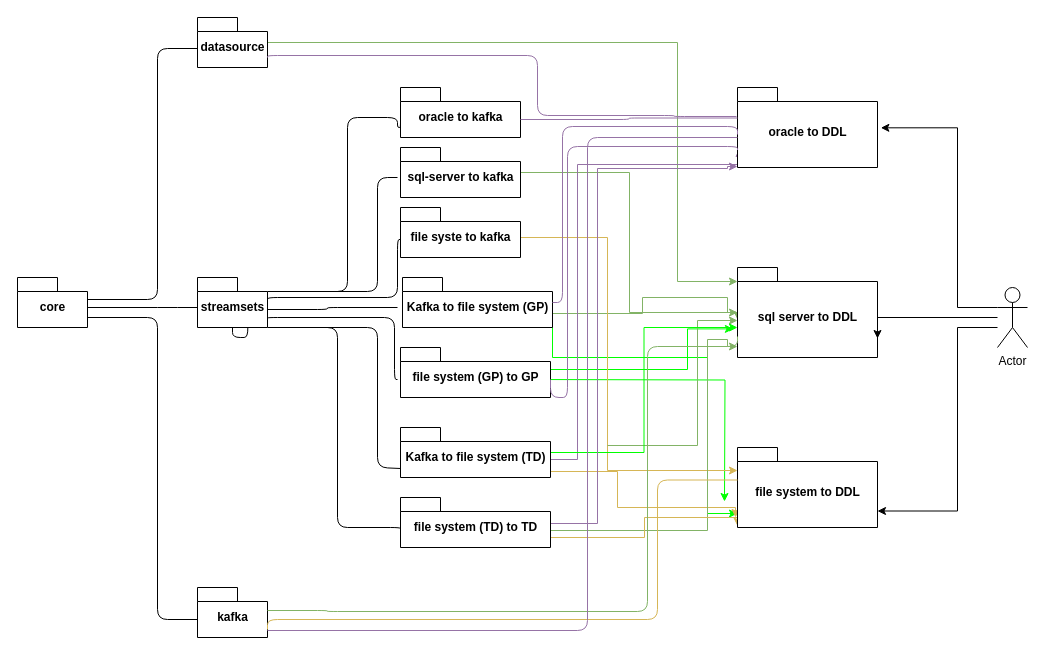
Earlier version of the draw.io diagram Untitled Diagram.drawio (skmadhav/diagram). Source tidied: cells renumbered, new cells numbered last; positions are measured from the earlier drawing's top-left corner, leaving out a move shared by most shapes. Both pictures are drawn from the tidied source at 100%, with x=0, y=0 at pixel (17, 17).
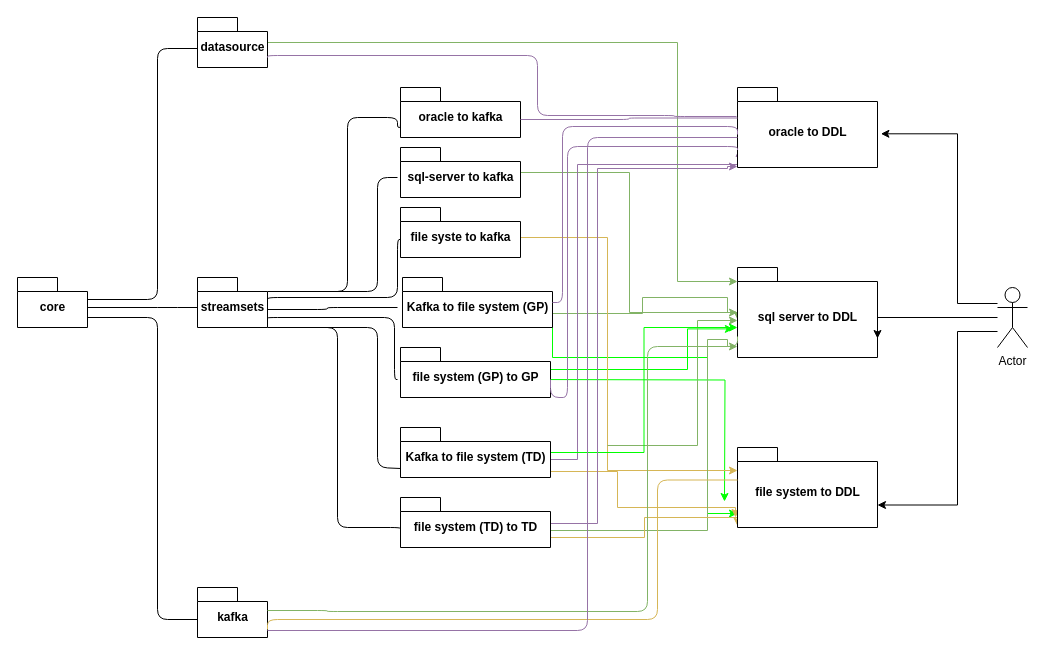
After the change.

Unchanged cells that the change refers to:
```xml
<mxCell id="36" value="oracle to DDL" style="shape=folder;fontStyle=1;spacingTop=10;tabWidth=40;tabHeight=14;tabPosition=left;html=1;" parent="1" vertex="1">
  <mxGeometry x="720" y="70" width="140" height="80" as="geometry" />
</mxCell>
<mxCell id="38" value="file system to DDL" style="shape=folder;fontStyle=1;spacingTop=10;tabWidth=40;tabHeight=14;tabPosition=left;html=1;" parent="1" vertex="1">
  <mxGeometry x="720" y="430" width="140" height="80" as="geometry" />
</mxCell>
<mxCell id="46" value="streamsets" style="shape=folder;fontStyle=1;spacingTop=10;tabWidth=40;tabHeight=14;tabPosition=left;html=1;" parent="1" vertex="1">
  <mxGeometry x="180" y="260" width="70" height="50" as="geometry" />
</mxCell>
<mxCell id="51" value="Actor" style="shape=umlActor;verticalLabelPosition=bottom;verticalAlign=top;html=1;" parent="1" vertex="1">
  <mxGeometry x="980" y="270" width="30" height="60" as="geometry" />
</mxCell>
```

Diff of the diagram source:
```diff
@@
-    <mxCell id="26" style="endArrow=none;html=1;edgeStyle=orthogonalEdgeStyle;" parent="1" edge="1" source="46">
-      <mxGeometry relative="1" as="geometry">
-        <mxPoint x="230" y="290" as="targetPoint" />
-      </mxGeometry>
-    </mxCell>
@@
-    <mxCell id="48" style="edgeStyle=orthogonalEdgeStyle;rounded=0;jettySize=auto;html=1;entryX=1.024;entryY=0.504;entryDx=0;entryDy=0;entryPerimeter=0;" parent="1" edge="1" source="51" target="36">
+    <mxCell id="48" style="edgeStyle=orthogonalEdgeStyle;rounded=0;orthogonalLoop=1;jettySize=auto;html=1;entryX=1.024;entryY=0.504;entryDx=0;entryDy=0;entryPerimeter=0;" parent="1" edge="1">
       <mxGeometry relative="1" as="geometry">
+        <mxPoint x="980" y="286" as="sourcePoint" />
+        <mxPoint x="863.4" y="116.3" as="targetPoint" />
         <Array as="points">
-          <mxPoint x="940" y="290" />
-          <mxPoint x="940" y="110" />
+          <mxPoint x="940" y="286" />
+          <mxPoint x="940" y="116" />
         </Array>
       </mxGeometry>
     </mxCell>
-    <mxCell id="49" style="edgeStyle=orthogonalEdgeStyle;rounded=0;jettySize=auto;html=1;entryX=0;entryY=0;entryDx=140;entryDy=63.5;entryPerimeter=0;" parent="1" edge="1" source="51" target="38">
+    <mxCell id="49" style="edgeStyle=orthogonalEdgeStyle;rounded=0;orthogonalLoop=1;jettySize=auto;html=1;entryX=0;entryY=0;entryDx=140;entryDy=63.5;entryPerimeter=0;" parent="1" edge="1">
       <mxGeometry relative="1" as="geometry">
+        <mxPoint x="980" y="314" as="sourcePoint" />
+        <mxPoint x="860" y="487.5" as="targetPoint" />
         <Array as="points">
-          <mxPoint x="940" y="310" />
-          <mxPoint x="940" y="494" />
+          <mxPoint x="940" y="314" />
+          <mxPoint x="940" y="488" />
         </Array>
       </mxGeometry>
     </mxCell>
```
